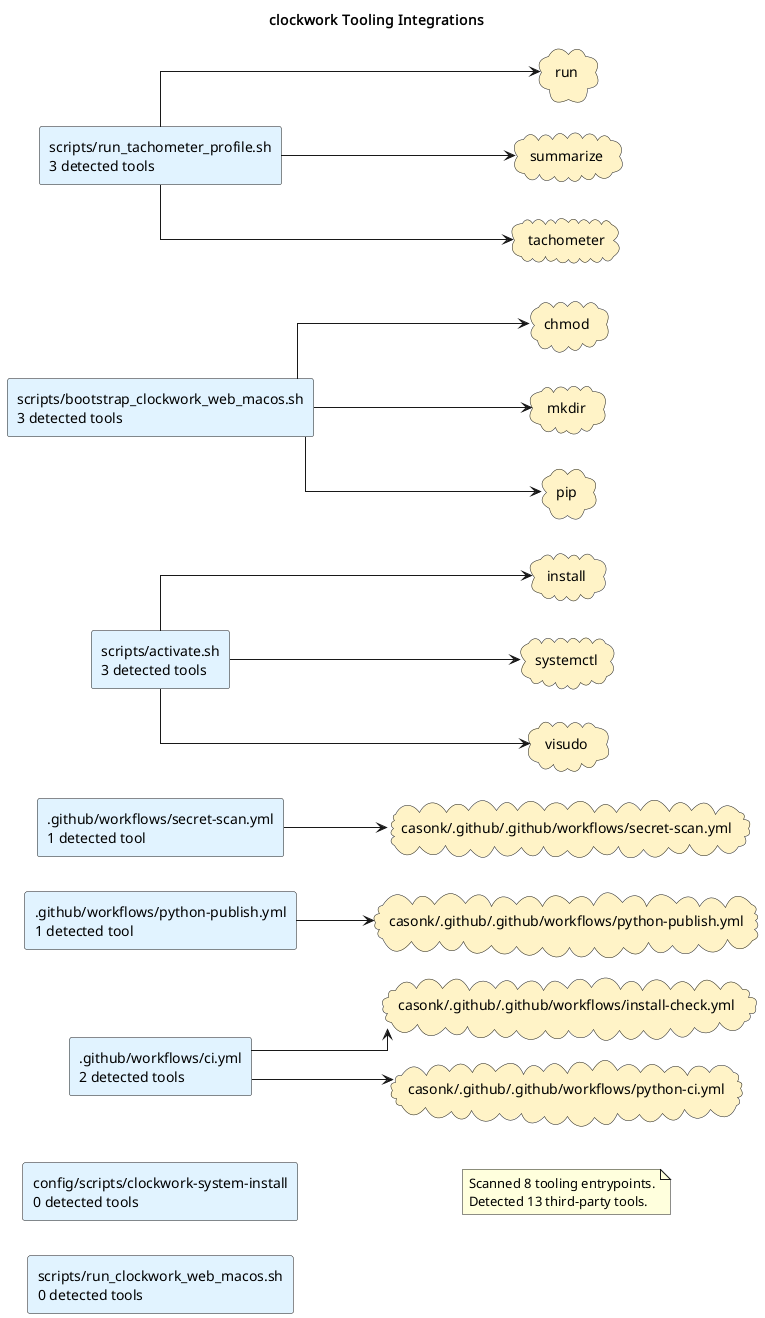
Earlier version of the PlantUML export docs/diagrams/tooling-integrations.puml.png (casonk/clockwork).
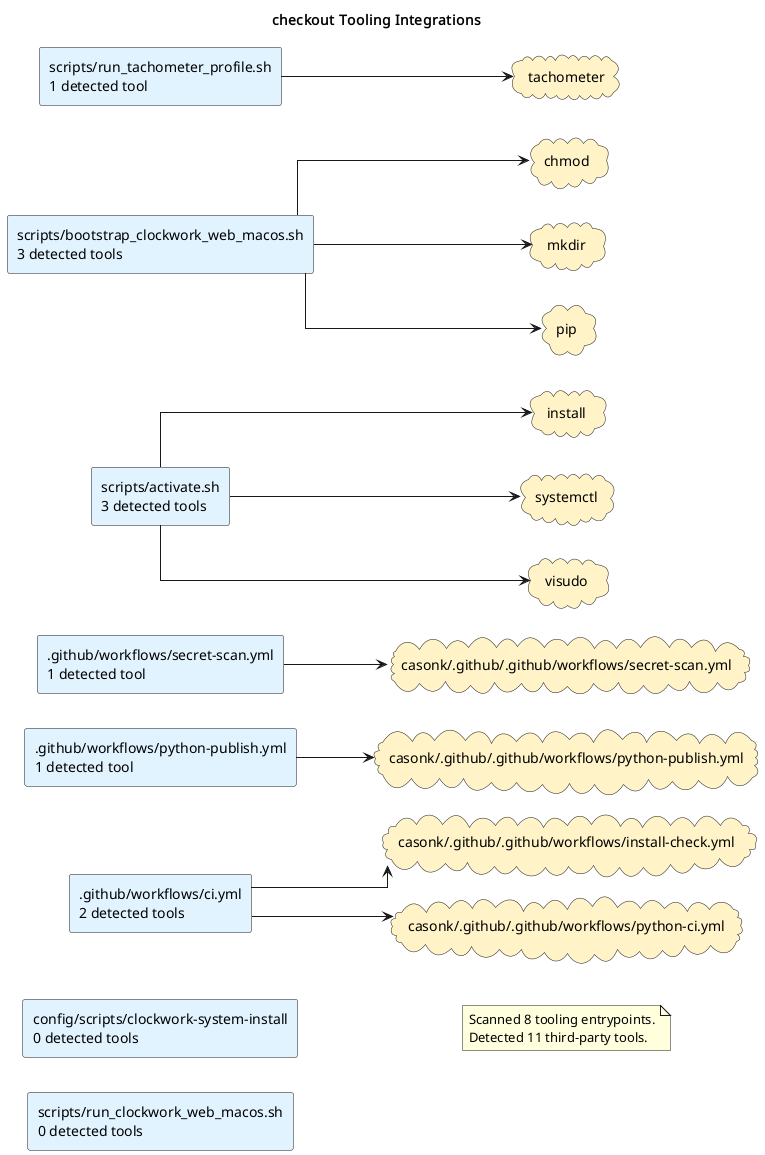
After the change.

Diff of the diagram source:
```diff
@@ -1,5 +1,5 @@
 @startuml
-title clockwork Tooling Integrations
+title checkout Tooling Integrations
 left to right direction
 skinparam shadowing false
 skinparam defaultFontName Monospace
@@ -12,7 +12,7 @@
 rectangle "scripts/activate.sh\n3 detected tools" as source_scripts_activate_sh #E0F2FE
 rectangle "scripts/bootstrap_clockwork_web_macos.sh\n3 detected tools" as source_scripts_bootstrap_clockwork_web_macos_sh #E0F2FE
 rectangle "scripts/run_clockwork_web_macos.sh\n0 detected tools" as source_scripts_run_clockwork_web_macos_sh #E0F2FE
-rectangle "scripts/run_tachometer_profile.sh\n3 detected tools" as source_scripts_run_tachometer_profile_sh #E0F2FE
+rectangle "scripts/run_tachometer_profile.sh\n1 detected tool" as source_scripts_run_tachometer_profile_sh #E0F2FE
 cloud "casonk/.github/.github/workflows/install-check.yml" as tool_casonk_github_github_workflows_install_check_yml #FEF3C7
 cloud "casonk/.github/.github/workflows/python-ci.yml" as tool_casonk_github_github_workflows_python_ci_yml #FEF3C7
 cloud "casonk/.github/.github/workflows/python-publish.yml" as tool_casonk_github_github_workflows_python_publish_yml #FEF3C7
@@ -21,8 +21,6 @@
 cloud "install" as tool_install #FEF3C7
 cloud "mkdir" as tool_mkdir #FEF3C7
 cloud "pip" as tool_pip #FEF3C7
-cloud "run" as tool_run #FEF3C7
-cloud "summarize" as tool_summarize #FEF3C7
 cloud "systemctl" as tool_systemctl #FEF3C7
 cloud "tachometer" as tool_tachometer #FEF3C7
 cloud "visudo" as tool_visudo #FEF3C7
@@ -36,11 +34,9 @@
 source_scripts_bootstrap_clockwork_web_macos_sh --> tool_chmod
 source_scripts_bootstrap_clockwork_web_macos_sh --> tool_mkdir
 source_scripts_bootstrap_clockwork_web_macos_sh --> tool_pip
-source_scripts_run_tachometer_profile_sh --> tool_run
-source_scripts_run_tachometer_profile_sh --> tool_summarize
 source_scripts_run_tachometer_profile_sh --> tool_tachometer
 note as toolingGraphSummary
 Scanned 8 tooling entrypoints.
-Detected 13 third-party tools.
+Detected 11 third-party tools.
 end note
 @enduml
```
